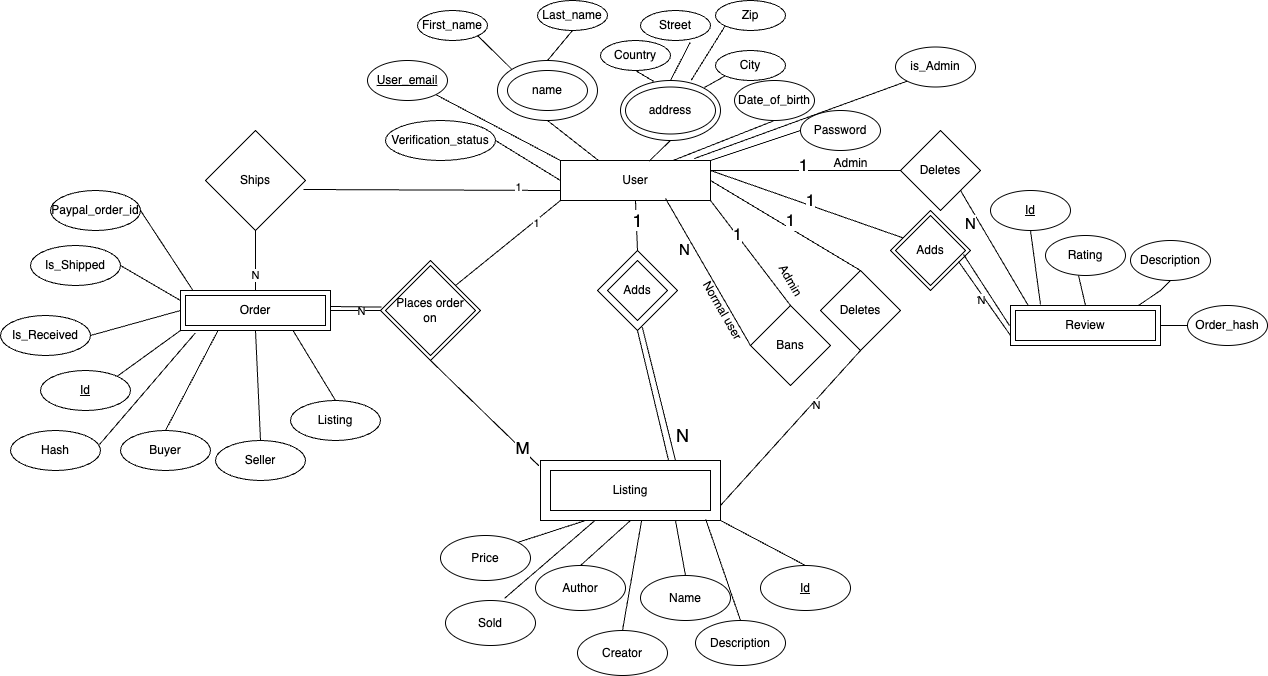
This is images/ERdiagram.png from kaisaarumeel/ArtZone, a draw.io export, as it was before one commit. Source tidied: cells renumbered, new cells last; positions are measured from the earlier drawing's top-left corner, leaving out a move shared by most shapes.
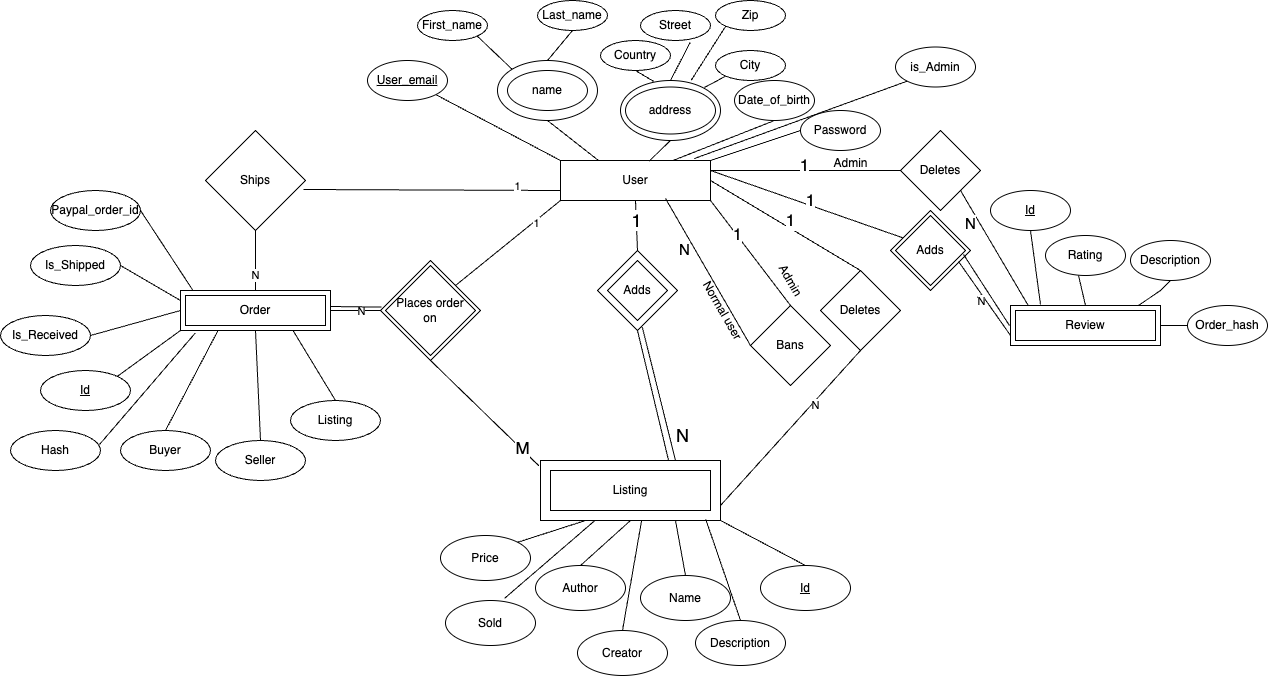
Above is the later version.

Change to the diagram source:
```diff
@@ -14,9 +14,6 @@
     <mxCell id="5" value="Password" style="ellipse;whiteSpace=wrap;html=1;" parent="1" vertex="1">
       <mxGeometry x="800" y="110" width="80" height="40" as="geometry" />
     </mxCell>
-    <mxCell id="6" value="Verification_status" style="ellipse;whiteSpace=wrap;html=1;" parent="1" vertex="1">
-      <mxGeometry x="385" y="120" width="110" height="40" as="geometry" />
-    </mxCell>
     <mxCell id="7" value="Order" style="rounded=0;whiteSpace=wrap;html=1;" parent="1" vertex="1">
       <mxGeometry x="180" y="290" width="150" height="40" as="geometry" />
     </mxCell>
@@ -55,9 +52,6 @@
     <mxCell id="18" style="endArrow=none;html=1;rounded=0;entryX=1;entryY=1;entryDx=0;entryDy=0;exitX=0;exitY=0;exitDx=0;exitDy=0;" parent="1" edge="1" source="3" target="40">
       <mxGeometry relative="1" as="geometry" />
     </mxCell>
-    <mxCell id="19" style="endArrow=none;html=1;rounded=0;entryX=1;entryY=0.5;entryDx=0;entryDy=0;exitX=0;exitY=0.5;exitDx=0;exitDy=0;" parent="1" edge="1" source="3" target="6">
-      <mxGeometry relative="1" as="geometry" />
-    </mxCell>
     <mxCell id="20" value="Price" style="ellipse;whiteSpace=wrap;html=1;" parent="1" vertex="1">
       <mxGeometry x="440" y="535" width="90" height="45" as="geometry" />
     </mxCell>
```
